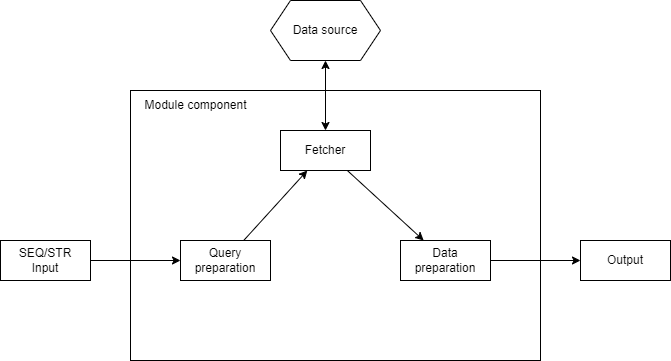
The draw.io diagram docs/Bio/diagrams/DataModelComponent.drawio.png in milantru/prankweb, before a commit. Source tidied: cells renumbered, new cells last; positions are measured from the earlier drawing's top-left corner, leaving out a move shared by most shapes.
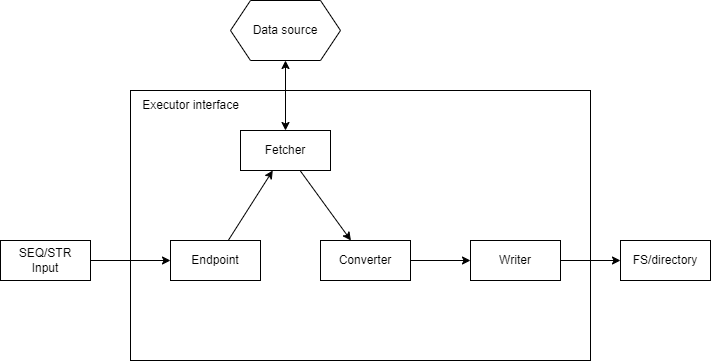
Later version of the same file.

The edit, as a diff of the source:
```diff
@@ -3,25 +3,25 @@
     <mxCell id="0" />
     <mxCell id="1" parent="0" />
     <mxCell id="2" style="rounded=0;whiteSpace=wrap;html=1;fillColor=none;" parent="1" vertex="1">
-      <mxGeometry x="130" y="90" width="410" height="270" as="geometry" />
+      <mxGeometry x="130" y="90" width="460" height="270" as="geometry" />
     </mxCell>
     <mxCell id="3" value="SEQ/STR&lt;div&gt;Input&lt;/div&gt;" style="rounded=0;whiteSpace=wrap;html=1;" parent="1" vertex="1">
       <mxGeometry y="240" width="90" height="40" as="geometry" />
     </mxCell>
-    <mxCell id="4" value="Data preparation" style="rounded=0;whiteSpace=wrap;html=1;" parent="1" vertex="1">
-      <mxGeometry x="400" y="240" width="90" height="40" as="geometry" />
+    <mxCell id="4" value="Converter" style="rounded=0;whiteSpace=wrap;html=1;" parent="1" vertex="1">
+      <mxGeometry x="320" y="240" width="90" height="40" as="geometry" />
     </mxCell>
     <mxCell id="5" value="Data source" style="shape=hexagon;perimeter=hexagonPerimeter2;whiteSpace=wrap;html=1;fixedSize=1;" parent="1" vertex="1">
-      <mxGeometry x="270" width="110" height="60" as="geometry" />
+      <mxGeometry x="230" width="110" height="60" as="geometry" />
     </mxCell>
-    <mxCell id="6" value="Query preparation" style="rounded=0;whiteSpace=wrap;html=1;" parent="1" vertex="1">
-      <mxGeometry x="180" y="240" width="90" height="40" as="geometry" />
+    <mxCell id="6" value="Endpoint" style="rounded=0;whiteSpace=wrap;html=1;" parent="1" vertex="1">
+      <mxGeometry x="170" y="240" width="90" height="40" as="geometry" />
     </mxCell>
     <mxCell id="7" style="endArrow=classic;html=1;rounded=0;" parent="1" edge="1" source="3" target="6">
       <mxGeometry relative="1" as="geometry" />
     </mxCell>
     <mxCell id="8" value="Fetcher" style="rounded=0;whiteSpace=wrap;html=1;" parent="1" vertex="1">
-      <mxGeometry x="280" y="130" width="90" height="40" as="geometry" />
+      <mxGeometry x="240" y="130" width="90" height="40" as="geometry" />
     </mxCell>
     <mxCell id="9" style="endArrow=classic;html=1;rounded=0;" parent="1" edge="1" source="6" target="8">
       <mxGeometry relative="1" as="geometry" />
@@ -32,14 +32,20 @@
     <mxCell id="11" style="endArrow=classic;html=1;rounded=0;" parent="1" edge="1" source="8" target="4">
       <mxGeometry relative="1" as="geometry" />
     </mxCell>
-    <mxCell id="12" value="Output" style="rounded=0;whiteSpace=wrap;html=1;" parent="1" vertex="1">
-      <mxGeometry x="580" y="240" width="90" height="40" as="geometry" />
+    <mxCell id="12" value="FS/directory" style="rounded=0;whiteSpace=wrap;html=1;" parent="1" vertex="1">
+      <mxGeometry x="620" y="240" width="90" height="40" as="geometry" />
     </mxCell>
-    <mxCell id="13" style="endArrow=classic;html=1;rounded=0;" parent="1" edge="1" source="4" target="12">
-      <mxGeometry relative="1" as="geometry" />
-    </mxCell>
-    <mxCell id="14" value="Module component" style="text;html=1;align=center;verticalAlign=middle;strokeColor=none;fillColor=none;" parent="1" vertex="1">
-      <mxGeometry x="130" y="90" width="130" height="30" as="geometry" />
+    <mxCell id="14" value="Executor interface" style="text;html=1;align=center;verticalAlign=middle;strokeColor=none;fillColor=none;" parent="1" vertex="1">
+      <mxGeometry x="130" y="90" width="120" height="30" as="geometry" />
     </mxCell>
+    <mxCell id="15" value="Writer" style="rounded=0;whiteSpace=wrap;html=1;" parent="1" vertex="1">
+      <mxGeometry x="470" y="240" width="90" height="40" as="geometry" />
+    </mxCell>
+    <mxCell id="16" style="endArrow=classic;html=1;rounded=0;" parent="1" edge="1" source="4" target="15">
+      <mxGeometry relative="1" as="geometry" />
+    </mxCell>
+    <mxCell id="17" style="endArrow=classic;html=1;rounded=0;" parent="1" edge="1" source="15" target="12">
+      <mxGeometry relative="1" as="geometry" />
+    </mxCell>
   </root>
 </mxGraphModel>
```
